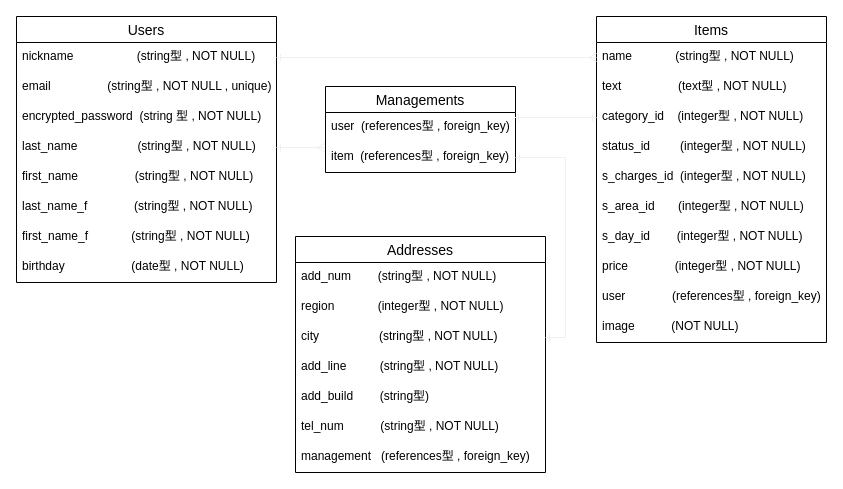
The draw.io diagram ER.dio in taka-elle/furima-34507, before the edit. Source tidied: cells renumbered, new cells numbered last; positions are measured from the earlier drawing's top-left corner, leaving out a move shared by most shapes. Both pictures are drawn from the tidied source at 100%, with x=0, y=0 at pixel (16, 16).
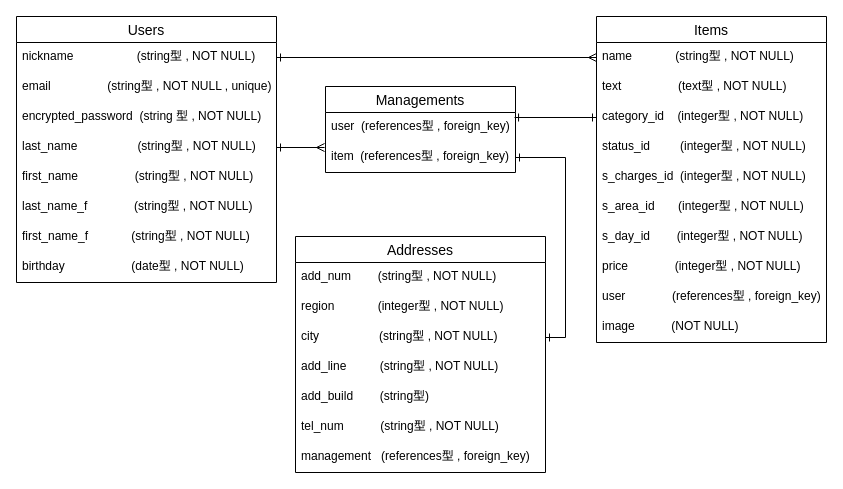
The same page after the edit.

Unchanged cells that the change refers to:
```xml
<mxCell id="3" value="nickname                   (string型 , NOT NULL)" style="text;strokeColor=none;fillColor=none;spacingLeft=4;spacingRight=4;overflow=hidden;points=[[0,0.5],[1,0.5]];portConstraint=eastwest;fontSize=12;" parent="2" vertex="1">
  <mxGeometry y="26" width="260" height="30" as="geometry" />
</mxCell>
<mxCell id="6" value="last_name                  (string型 , NOT NULL)" style="text;strokeColor=none;fillColor=none;spacingLeft=4;spacingRight=4;overflow=hidden;points=[[0,0.5],[1,0.5]];portConstraint=eastwest;fontSize=12;" parent="2" vertex="1">
  <mxGeometry y="116" width="260" height="30" as="geometry" />
</mxCell>
<mxCell id="12" value="user  (references型 , foreign_key)" style="text;strokeColor=none;fillColor=none;spacingLeft=4;spacingRight=4;overflow=hidden;points=[[0,0.5],[1,0.5]];portConstraint=eastwest;fontSize=12;" parent="11" vertex="1">
  <mxGeometry y="26" width="190" height="30" as="geometry" />
</mxCell>
<mxCell id="13" value="item  (references型 , foreign_key)" style="text;strokeColor=none;fillColor=none;spacingLeft=4;spacingRight=4;overflow=hidden;points=[[0,0.5],[1,0.5]];portConstraint=eastwest;fontSize=12;" parent="11" vertex="1">
  <mxGeometry y="56" width="190" height="30" as="geometry" />
</mxCell>
<mxCell id="17" value="city                  (string型 , NOT NULL)" style="text;strokeColor=none;fillColor=none;spacingLeft=4;spacingRight=4;overflow=hidden;points=[[0,0.5],[1,0.5]];portConstraint=eastwest;fontSize=12;" parent="14" vertex="1">
  <mxGeometry y="86" width="250" height="30" as="geometry" />
</mxCell>
<mxCell id="23" value="name             (string型 , NOT NULL)" style="text;strokeColor=none;fillColor=none;spacingLeft=4;spacingRight=4;overflow=hidden;points=[[0,0.5],[1,0.5]];portConstraint=eastwest;fontSize=12;" parent="22" vertex="1">
  <mxGeometry y="26" width="230" height="30" as="geometry" />
</mxCell>
<mxCell id="25" value="category_id    (integer型 , NOT NULL)" style="text;strokeColor=none;fillColor=none;spacingLeft=4;spacingRight=4;overflow=hidden;points=[[0,0.5],[1,0.5]];portConstraint=eastwest;fontSize=12;" parent="22" vertex="1">
  <mxGeometry y="86" width="230" height="30" as="geometry" />
</mxCell>
```

What changed in the source:
```diff
@@
-    <mxCell id="33" style="edgeStyle=orthogonalEdgeStyle;rounded=0;jettySize=auto;html=1;exitX=1;exitY=0.5;exitDx=0;exitDy=0;entryX=0;entryY=0.5;entryDx=0;entryDy=0;startArrow=ERone;startFill=0;endArrow=ERmany;endFill=0;strokeColor=#f0f0f0;" parent="1" edge="1" source="3" target="23">
+    <mxCell id="33" style="edgeStyle=orthogonalEdgeStyle;rounded=0;jettySize=auto;html=1;exitX=1;exitY=0.5;exitDx=0;exitDy=0;entryX=0;entryY=0.5;entryDx=0;entryDy=0;startArrow=ERone;startFill=0;endArrow=ERmany;endFill=0;strokeColor=#000000;" parent="1" edge="1" source="3" target="23">
       <mxGeometry relative="1" as="geometry" />
     </mxCell>
-    <mxCell id="34" style="edgeStyle=orthogonalEdgeStyle;rounded=0;jettySize=auto;html=1;exitX=1;exitY=0.5;exitDx=0;exitDy=0;entryX=-0.005;entryY=0.167;entryDx=0;entryDy=0;entryPerimeter=0;startArrow=ERone;startFill=0;endArrow=ERmany;endFill=0;strokeColor=#f0f0f0;" parent="1" edge="1" source="6" target="13">
+    <mxCell id="34" style="edgeStyle=orthogonalEdgeStyle;rounded=0;jettySize=auto;html=1;exitX=1;exitY=0.5;exitDx=0;exitDy=0;entryX=-0.005;entryY=0.167;entryDx=0;entryDy=0;entryPerimeter=0;startArrow=ERone;startFill=0;endArrow=ERmany;endFill=0;strokeColor=#000000;" parent="1" edge="1" source="6" target="13">
       <mxGeometry relative="1" as="geometry" />
     </mxCell>
-    <mxCell id="35" style="edgeStyle=orthogonalEdgeStyle;rounded=0;jettySize=auto;html=1;exitX=0;exitY=0.5;exitDx=0;exitDy=0;entryX=0.995;entryY=0.167;entryDx=0;entryDy=0;entryPerimeter=0;startArrow=ERone;startFill=0;endArrow=ERone;endFill=0;strokeColor=#f0f0f0;" parent="1" edge="1" source="25" target="12">
+    <mxCell id="35" style="edgeStyle=orthogonalEdgeStyle;rounded=0;jettySize=auto;html=1;exitX=0;exitY=0.5;exitDx=0;exitDy=0;entryX=0.995;entryY=0.167;entryDx=0;entryDy=0;entryPerimeter=0;startArrow=ERone;startFill=0;endArrow=ERone;endFill=0;strokeColor=#000000;" parent="1" edge="1" source="25" target="12">
       <mxGeometry relative="1" as="geometry" />
     </mxCell>
-    <mxCell id="36" style="edgeStyle=orthogonalEdgeStyle;rounded=0;jettySize=auto;html=1;exitX=1;exitY=0.5;exitDx=0;exitDy=0;entryX=1;entryY=0.5;entryDx=0;entryDy=0;startArrow=ERone;startFill=0;endArrow=ERone;endFill=0;strokeColor=#f0f0f0;" parent="1" edge="1" source="13" target="17">
+    <mxCell id="36" style="edgeStyle=orthogonalEdgeStyle;rounded=0;jettySize=auto;html=1;exitX=1;exitY=0.5;exitDx=0;exitDy=0;entryX=1;entryY=0.5;entryDx=0;entryDy=0;startArrow=ERone;startFill=0;endArrow=ERone;endFill=0;strokeColor=#000000;" parent="1" edge="1" source="13" target="17">
       <mxGeometry relative="1" as="geometry" />
     </mxCell>
```
